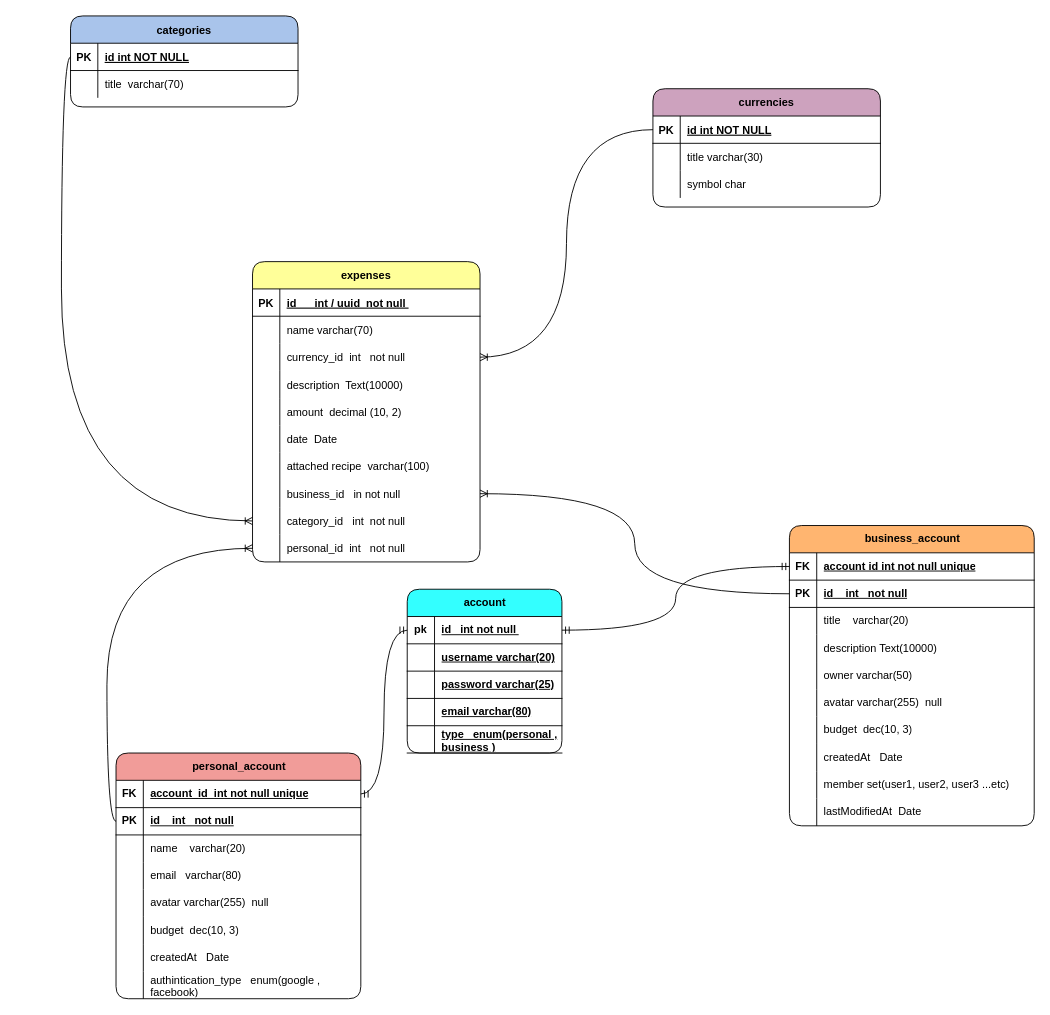
Earlier version of the draw.io diagram Untitled Diagram.drawio (aya-soghayyer/expense-tracker). Source tidied: cells renumbered, new cells numbered last; positions are measured from the earlier drawing's top-left corner, leaving out a move shared by most shapes. Both pictures are drawn from the tidied source at 91%, with x=0, y=0 at pixel (70, 15).
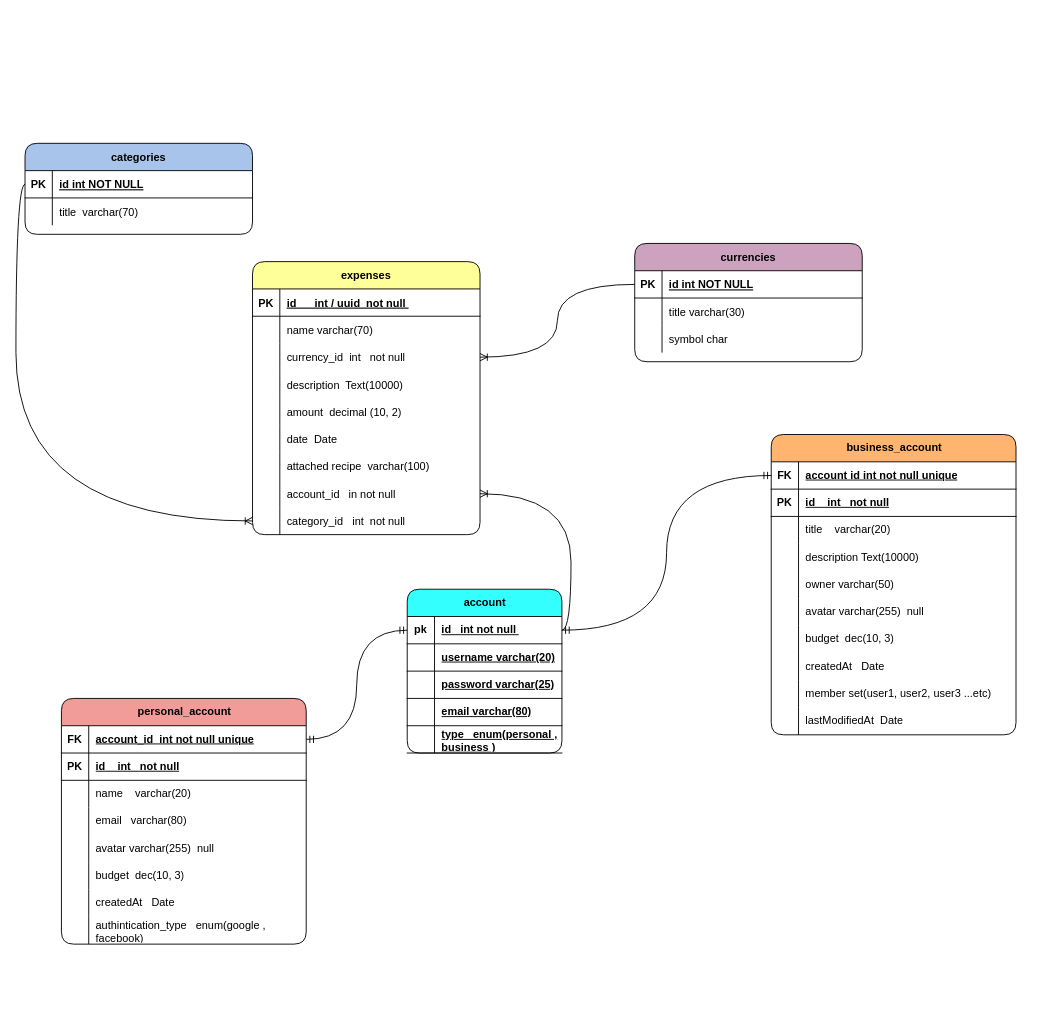
After the change.

Unchanged cells that the change refers to:
```xml
<mxCell id="24" style="shape=partialRectangle;fillColor=none;points=[[0,0.5],[1,0.5]];portConstraint=eastwest;top=0;left=0;right=0;bottom=0;rounded=1;" parent="2" vertex="1">
  <mxGeometry y="240" width="250" height="30" as="geometry" />
</mxCell>
<mxCell id="54" style="shape=tableRow;horizontal=0;startSize=0;swimlaneHead=0;swimlaneBody=0;fillColor=none;points=[[0,0.5],[1,0.5]];portConstraint=eastwest;top=0;left=0;right=0;bottom=1;rounded=1;" parent="50" vertex="1">
  <mxGeometry y="60" width="269" height="30" as="geometry" />
</mxCell>
<mxCell id="79" style="shape=tableRow;horizontal=0;startSize=0;swimlaneHead=0;swimlaneBody=0;fillColor=none;points=[[0,0.5],[1,0.5]];portConstraint=eastwest;top=0;left=0;right=0;bottom=1;rounded=1;" parent="75" vertex="1">
  <mxGeometry y="60" width="269" height="30" as="geometry" />
</mxCell>
<mxCell id="106" value="account" style="shape=table;startSize=30;childLayout=tableLayout;rowLines=0;fontStyle=1;align=center;html=1;fillColor=#33FFFF;rounded=1;" parent="1" vertex="1">
  <mxGeometry x="370" y="630" width="170" height="180" as="geometry" />
</mxCell>
```

What changed in the source:
```diff
@@
     <mxCell id="2" value="expenses" style="shape=table;startSize=30;childLayout=tableLayout;rowLines=0;fontStyle=1;align=center;fillColor=#FFFF99;rounded=1;" parent="1" vertex="1">
-      <mxGeometry x="200" y="270" width="250" height="330" as="geometry" />
+      <mxGeometry x="200" y="270" width="250" height="300" as="geometry" />
     </mxCell>
@@
-    <mxCell id="26" value="business_id   in not null " style="shape=partialRectangle;overflow=hidden;fillColor=none;top=0;left=0;bottom=0;right=0;align=left;spacingLeft=6;rounded=1;" parent="24" vertex="1">
+    <mxCell id="26" value="account_id   in not null " style="shape=partialRectangle;overflow=hidden;fillColor=none;top=0;left=0;bottom=0;right=0;align=left;spacingLeft=6;rounded=1;" parent="24" vertex="1">
       <mxGeometry x="30" width="220" height="30" as="geometry" />
     </mxCell>
@@
-    <mxCell id="30" style="shape=partialRectangle;fillColor=none;points=[[0,0.5],[1,0.5]];portConstraint=eastwest;top=0;left=0;right=0;bottom=0;rounded=1;" parent="2" vertex="1">
-      <mxGeometry y="300" width="250" height="30" as="geometry" />
-    </mxCell>
-    <mxCell id="31" style="shape=partialRectangle;overflow=hidden;fillColor=none;top=0;left=0;bottom=0;right=0;rounded=1;" parent="30" vertex="1">
-      <mxGeometry width="30" height="30" as="geometry" />
-    </mxCell>
-    <mxCell id="32" value="personal_id  int   not null" style="shape=partialRectangle;overflow=hidden;fillColor=none;top=0;left=0;bottom=0;right=0;align=left;spacingLeft=6;rounded=1;" parent="30" vertex="1">
-      <mxGeometry x="30" width="220" height="30" as="geometry" />
-    </mxCell>
     <mxCell id="33" value="currencies" style="shape=table;startSize=30;childLayout=tableLayout;rowLines=0;fontStyle=1;align=center;fillColor=#CDA2BE;rounded=1;" parent="1" vertex="1">
-      <mxGeometry x="640" y="80" width="250" height="130" as="geometry" />
+      <mxGeometry x="620" y="250" width="250" height="130" as="geometry" />
     </mxCell>
@@
     <mxCell id="43" value="categories" style="shape=table;startSize=30;childLayout=tableLayout;rowLines=0;fontStyle=1;align=center;fillColor=#A9C4EB;rounded=1;" parent="1" vertex="1">
-      <mxGeometry width="250" height="100" as="geometry" />
+      <mxGeometry x="-50" y="140" width="250" height="100" as="geometry" />
     </mxCell>
@@
     <mxCell id="50" value="personal_account " style="shape=table;startSize=30;childLayout=tableLayout;rowLines=0;fontStyle=1;align=center;html=1;fillColor=#F19C99;rounded=1;" parent="1" vertex="1">
-      <mxGeometry x="50" y="810" width="269" height="270" as="geometry" />
+      <mxGeometry x="-10" y="750" width="269" height="270" as="geometry" />
     </mxCell>
@@
     <mxCell id="75" value="business_account " style="shape=table;startSize=30;childLayout=tableLayout;rowLines=0;fontStyle=1;align=center;html=1;fillColor=#FFB570;rounded=1;" parent="1" vertex="1">
-      <mxGeometry x="790" y="560" width="269" height="330" as="geometry" />
+      <mxGeometry x="770" y="460" width="269" height="330" as="geometry" />
     </mxCell>
@@
-    <mxCell id="122" style="edgeStyle=orthogonalEdgeStyle;fontSize=12;html=1;endArrow=ERoneToMany;rounded=1;entryX=1;entryY=0.5;entryDx=0;entryDy=0;exitX=0;exitY=0.5;exitDx=0;exitDy=0;curved=1;" parent="1" edge="1" source="79" target="24">
-      <mxGeometry relative="1" as="geometry" />
-    </mxCell>
-    <mxCell id="123" style="fontSize=12;html=1;endArrow=ERoneToMany;rounded=1;exitX=0;exitY=0.5;exitDx=0;exitDy=0;entryX=0;entryY=0.5;entryDx=0;entryDy=0;edgeStyle=orthogonalEdgeStyle;curved=1;" parent="1" edge="1" source="54" target="30">
-      <mxGeometry relative="1" as="geometry" />
-    </mxCell>
@@
+    <mxCell id="128" style="fontSize=12;html=1;endArrow=ERoneToMany;rounded=1;exitX=1;exitY=0.25;exitDx=0;exitDy=0;edgeStyle=orthogonalEdgeStyle;curved=1;entryX=1;entryY=0.5;entryDx=0;entryDy=0;" parent="1" edge="1" source="106" target="24">
+      <mxGeometry relative="1" as="geometry" />
+    </mxCell>
```
